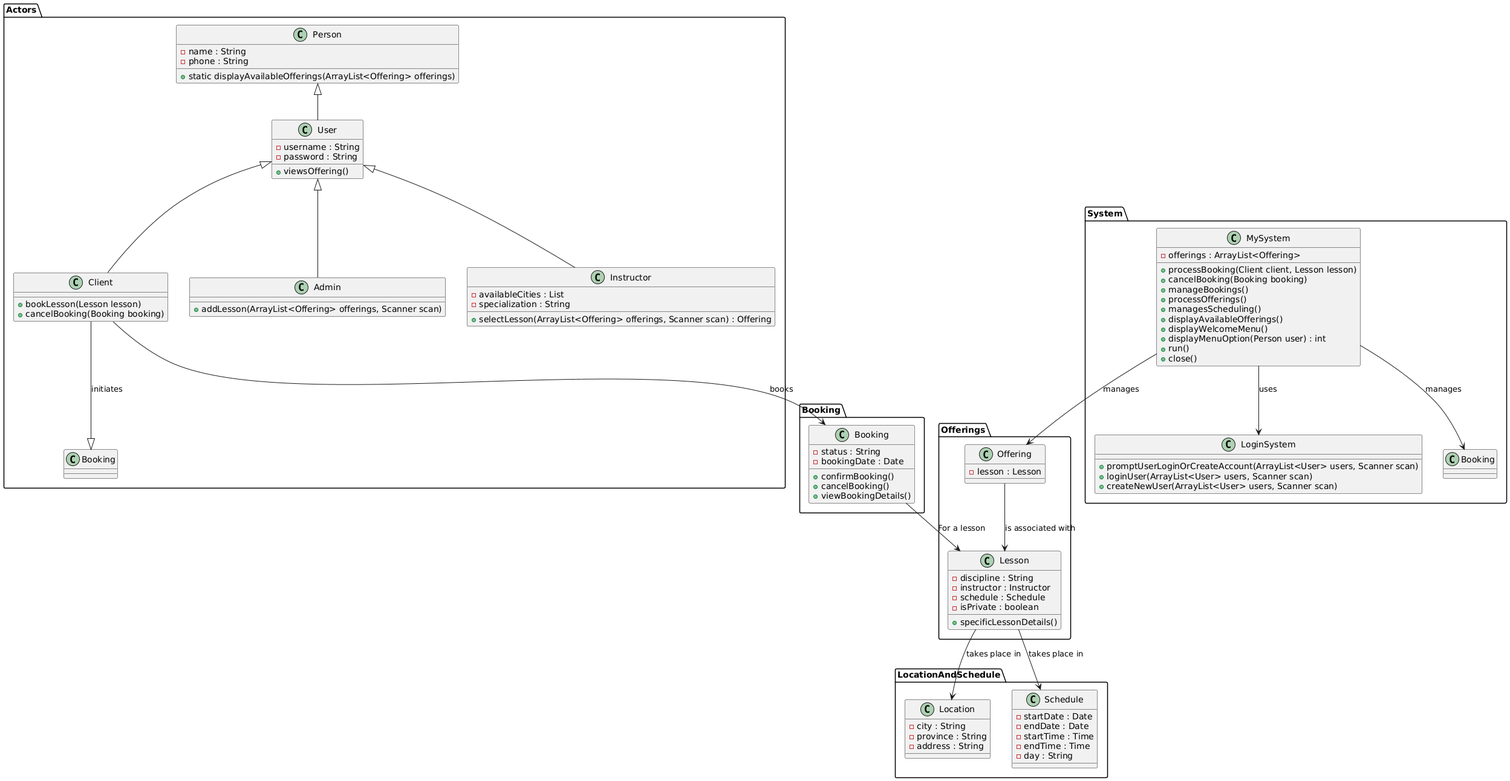
ABALkhabbaz/LessonSchedulingSystem keeps this PlantUML diagram as Diagrams/DomainAndPackage/RefinedDomainModel.png. Above is the earlier version. The source it was exported from:
```plantuml
@startuml
package Actors {
    class Person {
        - name : String
        - phone : String
        + static displayAvailableOfferings(ArrayList<Offering> offerings)
    }

    class User {
        - username : String
        - password : String
        + viewsOffering()
    }

    Person <|-- User
    User <|-- Client
    User <|-- Admin
    User <|-- Instructor

    class Client {
        + bookLesson(Lesson lesson)
        + cancelBooking(Booking booking)
    }

    class Admin {
        + addLesson(ArrayList<Offering> offerings, Scanner scan)
    }

    class Instructor {
        - availableCities : List
        - specialization : String
        + selectLesson(ArrayList<Offering> offerings, Scanner scan) : Offering
    }

    Client --|> Booking : initiates
}

package Offerings {
    class Offering {
        - lesson : Lesson
    }

    class Lesson {
        - discipline : String
        - instructor : Instructor
        - schedule : Schedule
        - isPrivate : boolean
        + specificLessonDetails()
    }

    Offering --> Lesson : "is associated with"
}

package Booking {
    class Booking {
        - status : String
        - bookingDate : Date
        + confirmBooking()
        + cancelBooking()
        + viewBookingDetails()
    }

    Client --> Booking : "books"
    Booking --> Lesson : "For a lesson"
}

package LocationAndSchedule {
    class Location {
        - city : String
        - province : String
        - address : String
    }

    class Schedule {
        - startDate : Date
        - endDate : Date
        - startTime : Time
        - endTime : Time
        - day : String
    }

    Lesson --> Location : "takes place in"
    Lesson --> Schedule : "takes place in"
}

package System {
    class MySystem {
        - offerings : ArrayList<Offering>
        + processBooking(Client client, Lesson lesson)
        + cancelBooking(Booking booking)
        + manageBookings()
        + processOfferings()
        + managesScheduling()
        + displayAvailableOfferings()
        + displayWelcomeMenu()
        + displayMenuOption(Person user) : int
        + run()
        + close()
    }

    class LoginSystem {
        + promptUserLoginOrCreateAccount(ArrayList<User> users, Scanner scan)
        + loginUser(ArrayList<User> users, Scanner scan)
        + createNewUser(ArrayList<User> users, Scanner scan)
    }

    MySystem --> Offering : manages
    MySystem --> Booking : manages
    MySystem --> LoginSystem : uses
}
@enduml
```
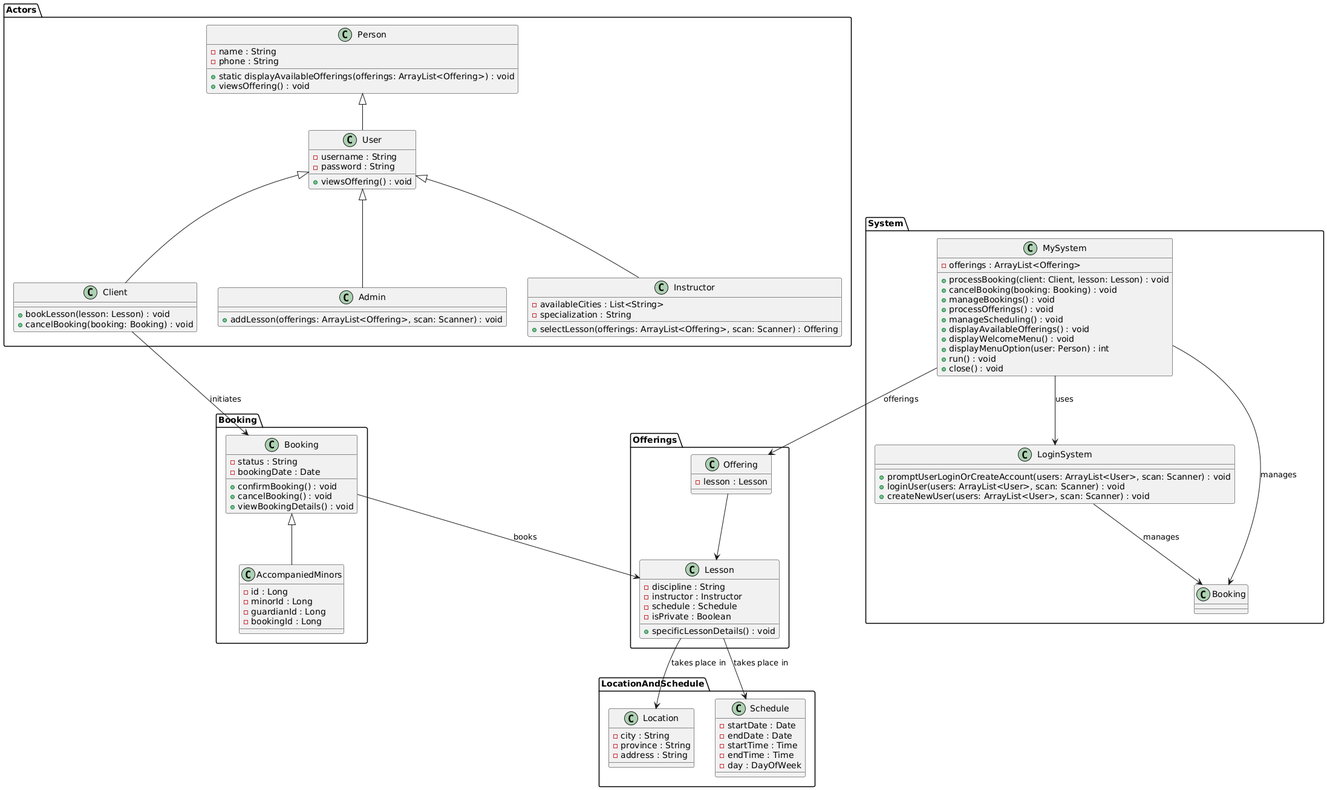
Above is the later version.

Commit message:
Updated Domain Model

Diff of the diagram source:
```diff
@@ -3,36 +3,62 @@
     class Person {
         - name : String
         - phone : String
-        + static displayAvailableOfferings(ArrayList<Offering> offerings)
+        + static displayAvailableOfferings(offerings: ArrayList<Offering>) : void
+        + viewsOffering() : void
     }
 
     class User {
         - username : String
         - password : String
-        + viewsOffering()
+        + viewsOffering() : void
     }
 
     Person <|-- User
+
+    class Client {
+        + bookLesson(lesson: Lesson) : void
+        + cancelBooking(booking: Booking) : void
+    }
+
+    class Admin {
+        + addLesson(offerings: ArrayList<Offering>, scan: Scanner) : void
+    }
+
+    class Instructor {
+        - availableCities : List<String>
+        - specialization : String
+        + selectLesson(offerings: ArrayList<Offering>, scan: Scanner) : Offering
+    }
+
     User <|-- Client
     User <|-- Admin
     User <|-- Instructor
+}
 
-    class Client {
-        + bookLesson(Lesson lesson)
-        + cancelBooking(Booking booking)
+package System {
+    class MySystem {
+        - offerings : ArrayList<Offering>
+        + processBooking(client: Client, lesson: Lesson) : void
+        + cancelBooking(booking: Booking) : void
+        + manageBookings() : void
+        + processOfferings() : void
+        + manageScheduling() : void
+        + displayAvailableOfferings() : void
+        + displayWelcomeMenu() : void
+        + displayMenuOption(user: Person) : int
+        + run() : void
+        + close() : void
     }
 
-    class Admin {
-        + addLesson(ArrayList<Offering> offerings, Scanner scan)
+    class LoginSystem {
+        + promptUserLoginOrCreateAccount(users: ArrayList<User>, scan: Scanner) : void
+        + loginUser(users: ArrayList<User>, scan: Scanner) : void
+        + createNewUser(users: ArrayList<User>, scan: Scanner) : void
     }
 
-    class Instructor {
-        - availableCities : List
-        - specialization : String
-        + selectLesson(ArrayList<Offering> offerings, Scanner scan) : Offering
-    }
-
-    Client --|> Booking : initiates
+    MySystem --> LoginSystem : uses
+    LoginSystem --> Booking : manages
+    MySystem --> Booking : manages
 }
 
 package Offerings {
@@ -44,24 +70,33 @@
         - discipline : String
         - instructor : Instructor
         - schedule : Schedule
-        - isPrivate : boolean
-        + specificLessonDetails()
+        - isPrivate : Boolean
+        + specificLessonDetails() : void
     }
 
-    Offering --> Lesson : "is associated with"
+    Offering --> Lesson
+    MySystem --> Offering : offerings
 }
 
 package Booking {
     class Booking {
         - status : String
         - bookingDate : Date
-        + confirmBooking()
-        + cancelBooking()
-        + viewBookingDetails()
+        + confirmBooking() : void
+        + cancelBooking() : void
+        + viewBookingDetails() : void
     }
 
-    Client --> Booking : "books"
-    Booking --> Lesson : "For a lesson"
+    class AccompaniedMinors {
+        - id : Long
+        - minorId : Long
+        - guardianId : Long
+        - bookingId : Long
+    }
+
+    Booking <|-- AccompaniedMinors
+    Client --> Booking : initiates
+    Booking --> Lesson : books
 }
 
 package LocationAndSchedule {
@@ -76,36 +111,10 @@
         - endDate : Date
         - startTime : Time
         - endTime : Time
-        - day : String
+        - day : DayOfWeek
     }
 
-    Lesson --> Location : "takes place in"
-    Lesson --> Schedule : "takes place in"
-}
-
-package System {
-    class MySystem {
-        - offerings : ArrayList<Offering>
-        + processBooking(Client client, Lesson lesson)
-        + cancelBooking(Booking booking)
-        + manageBookings()
-        + processOfferings()
-        + managesScheduling()
-        + displayAvailableOfferings()
-        + displayWelcomeMenu()
-        + displayMenuOption(Person user) : int
-        + run()
-        + close()
-    }
-
-    class LoginSystem {
-        + promptUserLoginOrCreateAccount(ArrayList<User> users, Scanner scan)
-        + loginUser(ArrayList<User> users, Scanner scan)
-        + createNewUser(ArrayList<User> users, Scanner scan)
-    }
-
-    MySystem --> Offering : manages
-    MySystem --> Booking : manages
-    MySystem --> LoginSystem : uses
+    Lesson --> Location : takes place in
+    Lesson --> Schedule : takes place in
 }
 @enduml
```
